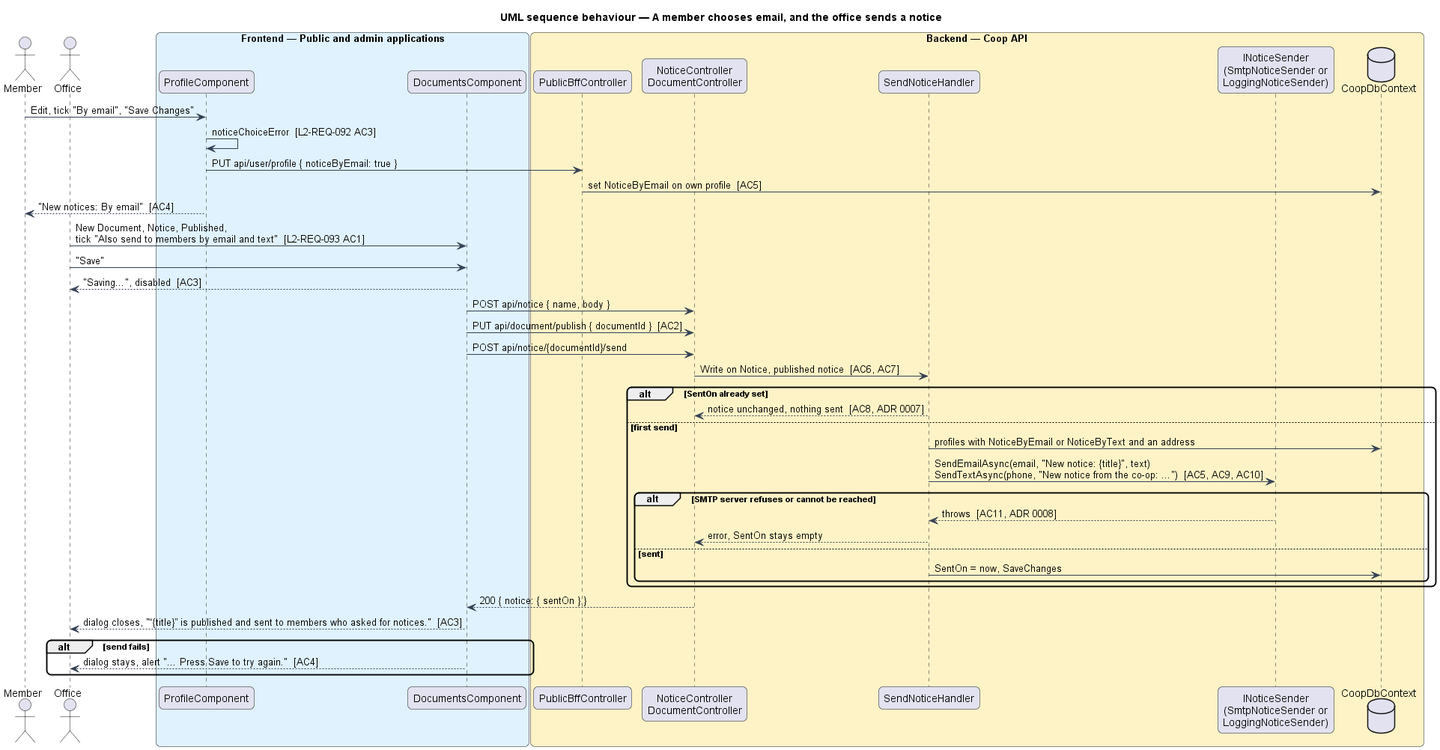
Earlier version of the PlantUML export docs/detailed-designs/admin-app/send-notices/diagrams/sequence-choose-and-send.png (QuinntyneBrown/Coop).
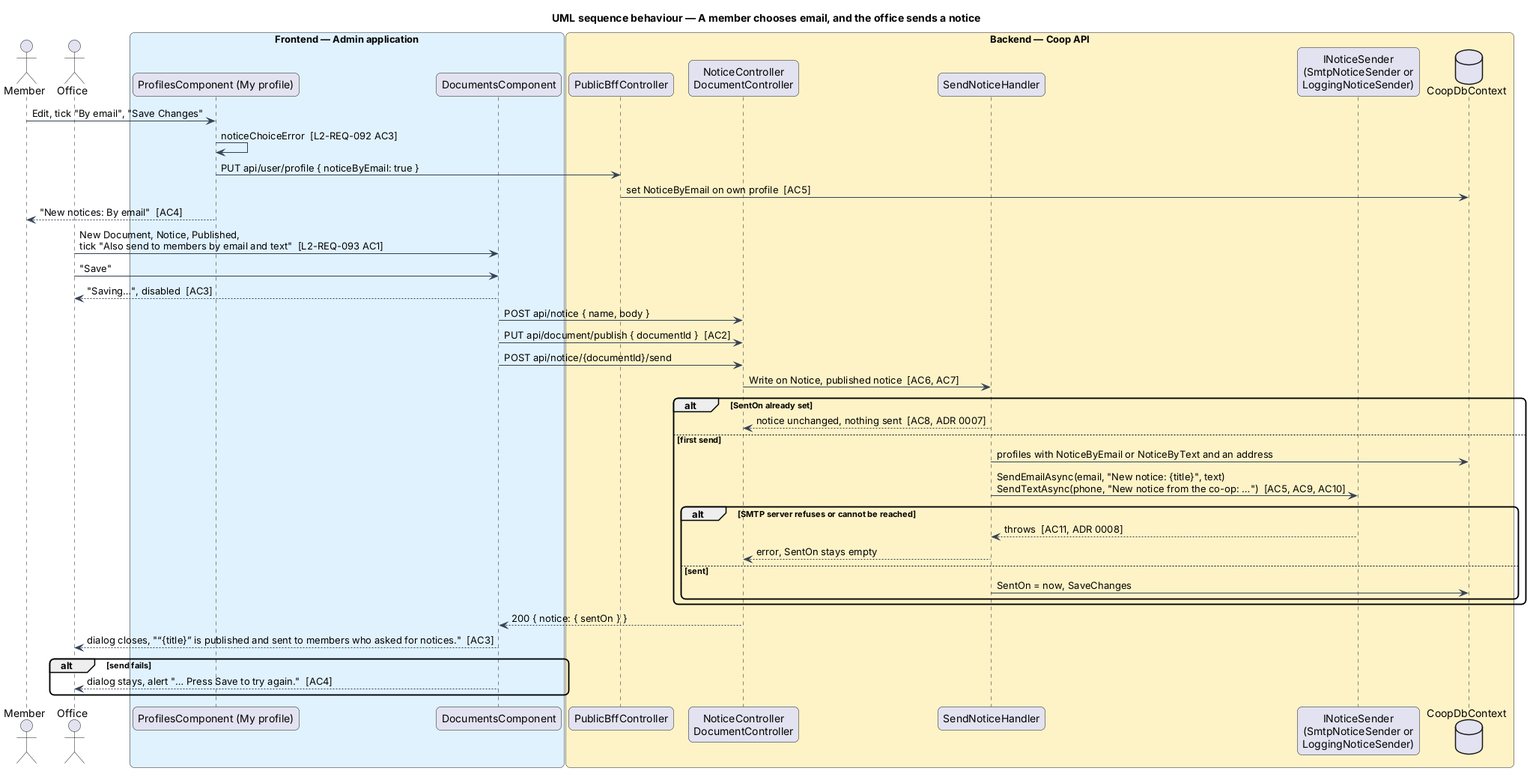
After the commit.

Diff of the diagram source:
```diff
@@ -7,8 +7,8 @@
 skinparam ArrowColor #344054
 actor "Member" as member
 actor "Office" as office
-box "Frontend — Public and admin applications" #E0F2FE
-  participant "ProfileComponent" as profile
+box "Frontend — Admin application" #E0F2FE
+  participant "ProfilesComponent (My profile)" as profile
   participant "DocumentsComponent" as documents
 end box
 box "Backend — Coop API" #FEF3C7
```
